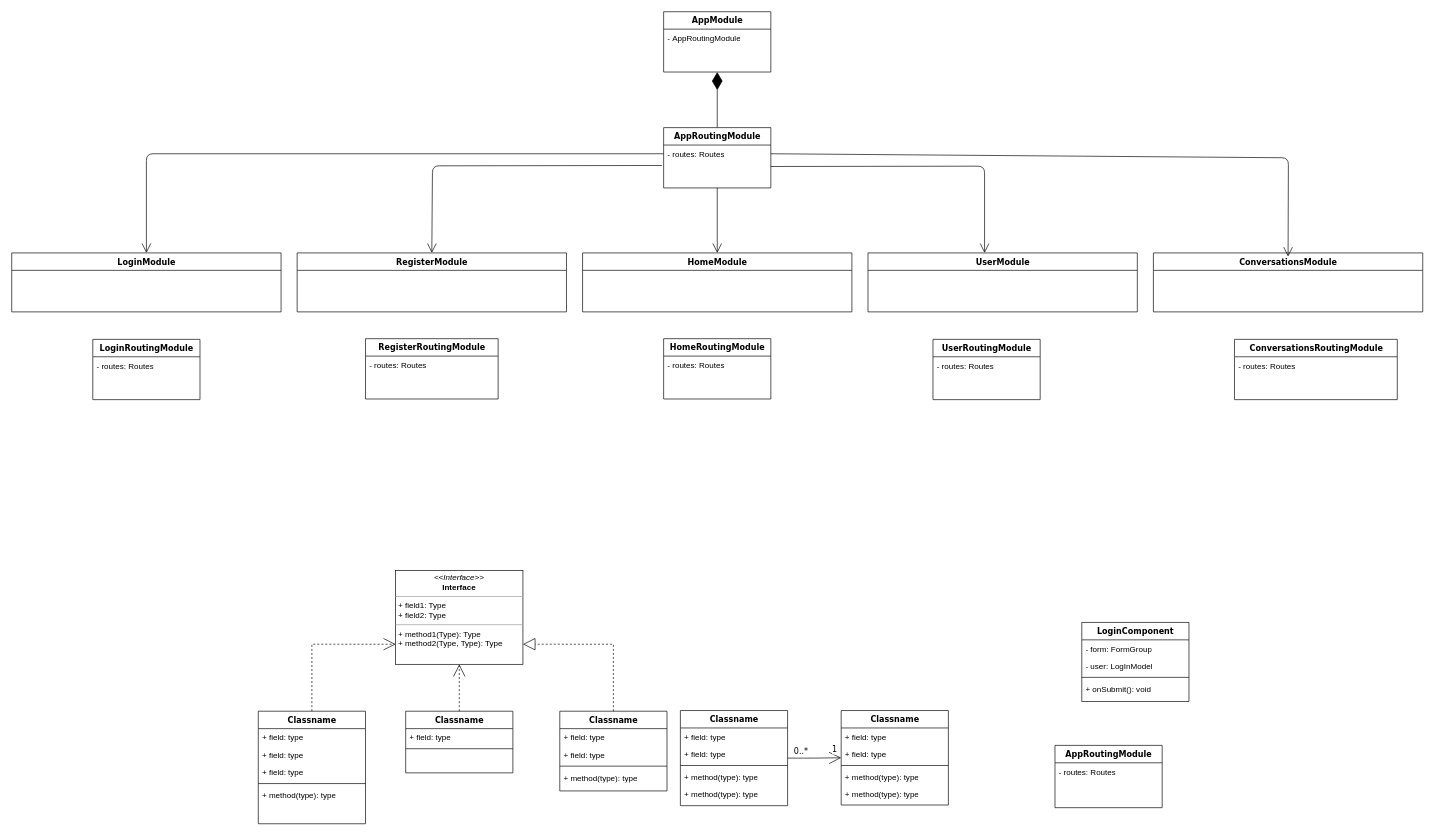
Ed1196/myList keeps this draw.io diagram as page "Page-1" (1 of 2) of Untitled Diagram.drawio. Above is the earlier version. Source tidied: cells renumbered, new cells numbered last; positions are measured from the earlier drawing's top-left corner, leaving out a move shared by most shapes. Both pictures are drawn from the tidied source at 67%, with x=0, y=0 at pixel (11, 11).
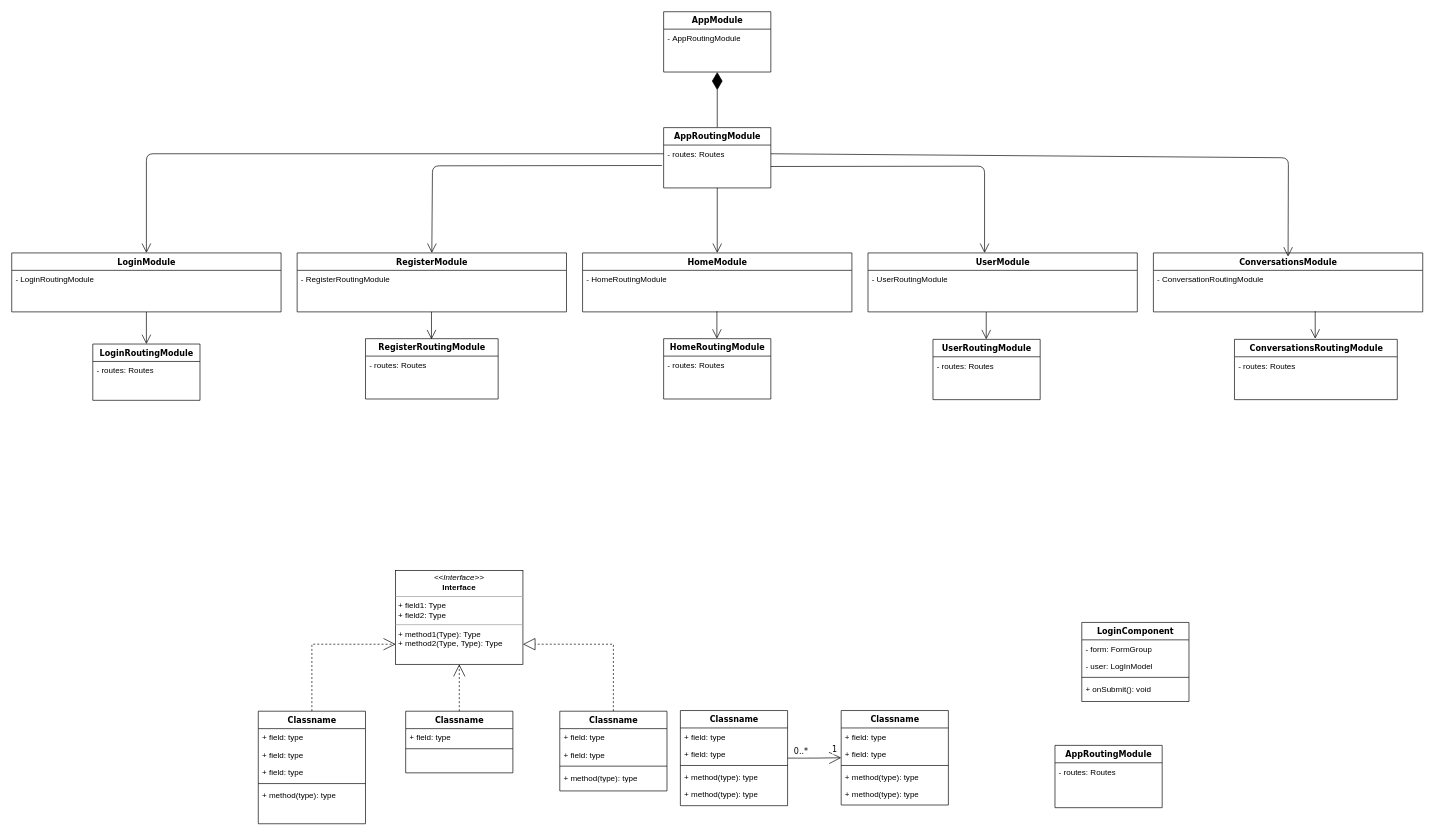
The same page after the edit.

Unchanged cells that the change refers to:
```xml
<mxCell id="48" value="&lt;div&gt;&lt;span&gt;RegisterModule&lt;/span&gt;&lt;/div&gt;" style="swimlane;html=1;fontStyle=1;align=center;verticalAlign=top;horizontal=1;startSize=26;swimlaneFillColor=#ffffff;rounded=0;shadow=0;comic=0;labelBackgroundColor=none;strokeColor=#000000;strokeWidth=1;fillColor=none;fontFamily=Verdana;fontSize=12;fontColor=#000000;" parent="1" vertex="1">
  <mxGeometry x="426" y="360" width="402" height="88" as="geometry" />
</mxCell>
<mxCell id="49" value="&lt;div&gt;&lt;span&gt;HomeModule&lt;/span&gt;&lt;/div&gt;" style="swimlane;html=1;fontStyle=1;align=center;verticalAlign=top;horizontal=1;startSize=26;swimlaneFillColor=#ffffff;rounded=0;shadow=0;comic=0;labelBackgroundColor=none;strokeColor=#000000;strokeWidth=1;fillColor=none;fontFamily=Verdana;fontSize=12;fontColor=#000000;" parent="1" vertex="1">
  <mxGeometry x="852" y="360" width="402" height="88" as="geometry" />
</mxCell>
<mxCell id="50" value="&lt;div&gt;&lt;span&gt;UserModule&lt;/span&gt;&lt;/div&gt;" style="swimlane;html=1;fontStyle=1;align=center;verticalAlign=top;horizontal=1;startSize=26;swimlaneFillColor=#ffffff;rounded=0;shadow=0;comic=0;labelBackgroundColor=none;strokeColor=#000000;strokeWidth=1;fillColor=none;fontFamily=Verdana;fontSize=12;fontColor=#000000;" parent="1" vertex="1">
  <mxGeometry x="1278" y="360" width="402" height="88" as="geometry" />
</mxCell>
<mxCell id="51" value="&lt;div&gt;&lt;span&gt;ConversationsModule&lt;/span&gt;&lt;/div&gt;" style="swimlane;html=1;fontStyle=1;align=center;verticalAlign=top;horizontal=1;startSize=26;swimlaneFillColor=#ffffff;rounded=0;shadow=0;comic=0;labelBackgroundColor=none;strokeColor=#000000;strokeWidth=1;fillColor=none;fontFamily=Verdana;fontSize=12;fontColor=#000000;" parent="1" vertex="1">
  <mxGeometry x="1704" y="360" width="402" height="88" as="geometry" />
</mxCell>
```

Diff of the diagram source:
```diff
@@
-    <mxCell id="47" value="&lt;div&gt;&lt;span&gt;LoginModule&lt;/span&gt;&lt;/div&gt;" style="swimlane;html=1;fontStyle=1;align=center;verticalAlign=top;horizontal=1;startSize=26;swimlaneFillColor=#ffffff;rounded=0;shadow=0;comic=0;labelBackgroundColor=none;strokeColor=#000000;strokeWidth=1;fillColor=none;fontFamily=Verdana;fontSize=12;fontColor=#000000;" parent="1" vertex="1">
+    <mxCell id="47" value="&lt;div&gt;&lt;span&gt;LoginModule&lt;/span&gt;&lt;/div&gt;" style="swimlane;html=1;fontStyle=1;align=center;verticalAlign=top;horizontal=1;startSize=26;swimlaneFillColor=#ffffff;rounded=0;shadow=0;comic=0;labelBackgroundColor=none;strokeColor=#000000;strokeWidth=1;fillColor=none;fontFamily=Verdana;fontSize=12;fontColor=#000000;swimlaneLine=1;" parent="1" vertex="1">
       <mxGeometry y="360" width="402" height="88" as="geometry" />
     </mxCell>
+    <mxCell id="67" value="&lt;div&gt;&lt;span&gt;- LoginRoutingModule&lt;/span&gt;&lt;/div&gt;" style="text;html=1;strokeColor=none;fillColor=none;align=left;verticalAlign=top;spacingLeft=4;spacingRight=4;whiteSpace=wrap;overflow=hidden;" parent="47" vertex="1">
+      <mxGeometry y="26" width="402" height="26" as="geometry" />
+    </mxCell>
@@
+    <mxCell id="68" value="&lt;div&gt;&lt;span&gt;- RegisterRoutingModule&lt;/span&gt;&lt;/div&gt;" style="text;html=1;strokeColor=none;fillColor=none;align=left;verticalAlign=top;spacingLeft=4;spacingRight=4;whiteSpace=wrap;overflow=hidden;" parent="48" vertex="1">
+      <mxGeometry y="26" width="402" height="26" as="geometry" />
+    </mxCell>
@@
+    <mxCell id="69" value="&lt;div&gt;&lt;span&gt;- HomeRoutingModule&lt;/span&gt;&lt;/div&gt;" style="text;html=1;strokeColor=none;fillColor=none;align=left;verticalAlign=top;spacingLeft=4;spacingRight=4;whiteSpace=wrap;overflow=hidden;" parent="49" vertex="1">
+      <mxGeometry y="26" width="402" height="26" as="geometry" />
+    </mxCell>
@@
+    <mxCell id="70" value="&lt;div&gt;&lt;span&gt;- UserRoutingModule&lt;/span&gt;&lt;/div&gt;" style="text;html=1;strokeColor=none;fillColor=none;align=left;verticalAlign=top;spacingLeft=4;spacingRight=4;whiteSpace=wrap;overflow=hidden;" parent="50" vertex="1">
+      <mxGeometry y="26" width="402" height="26" as="geometry" />
+    </mxCell>
@@
+    <mxCell id="71" value="&lt;div&gt;&lt;span&gt;- ConversationRoutingModule&lt;/span&gt;&lt;/div&gt;" style="text;html=1;strokeColor=none;fillColor=none;align=left;verticalAlign=top;spacingLeft=4;spacingRight=4;whiteSpace=wrap;overflow=hidden;" parent="51" vertex="1">
+      <mxGeometry y="26" width="402" height="26" as="geometry" />
+    </mxCell>
@@
     <mxCell id="57" value="LoginRoutingModule" style="swimlane;html=1;fontStyle=1;align=center;verticalAlign=top;horizontal=1;startSize=26;swimlaneFillColor=#ffffff;rounded=0;shadow=0;comic=0;labelBackgroundColor=none;strokeColor=#000000;strokeWidth=1;fillColor=none;fontFamily=Verdana;fontSize=12;fontColor=#000000;" parent="1" vertex="1">
-      <mxGeometry x="121" y="489" width="160" height="90" as="geometry" />
+      <mxGeometry x="121" y="496" width="160" height="84" as="geometry" />
     </mxCell>
@@
+    <mxCell id="72" style="endArrow=open;endFill=1;endSize=12;html=1;entryX=0.5;entryY=0;entryDx=0;entryDy=0;exitX=0.5;exitY=1;exitDx=0;exitDy=0;" parent="1" edge="1" source="47" target="57">
+      <mxGeometry relative="1" as="geometry" />
+    </mxCell>
+    <mxCell id="73" style="endArrow=open;endFill=1;endSize=12;html=1;entryX=0.5;entryY=0;entryDx=0;entryDy=0;exitX=0.5;exitY=1;exitDx=0;exitDy=0;" parent="1" edge="1">
+      <mxGeometry relative="1" as="geometry">
+        <mxPoint x="626.5" y="448" as="sourcePoint" />
+        <mxPoint x="626.5" y="489" as="targetPoint" />
+      </mxGeometry>
+    </mxCell>
+    <mxCell id="74" style="endArrow=open;endFill=1;endSize=12;html=1;entryX=0.5;entryY=0;entryDx=0;entryDy=0;exitX=0.5;exitY=1;exitDx=0;exitDy=0;" parent="1" edge="1">
+      <mxGeometry relative="1" as="geometry">
+        <mxPoint x="1052.5" y="447" as="sourcePoint" />
+        <mxPoint x="1052.5" y="488" as="targetPoint" />
+      </mxGeometry>
+    </mxCell>
+    <mxCell id="75" style="endArrow=open;endFill=1;endSize=12;html=1;entryX=0.5;entryY=0;entryDx=0;entryDy=0;exitX=0.5;exitY=1;exitDx=0;exitDy=0;" parent="1" edge="1">
+      <mxGeometry relative="1" as="geometry">
+        <mxPoint x="1454.5" y="448" as="sourcePoint" />
+        <mxPoint x="1454.5" y="489" as="targetPoint" />
+      </mxGeometry>
+    </mxCell>
+    <mxCell id="76" style="endArrow=open;endFill=1;endSize=12;html=1;entryX=0.5;entryY=0;entryDx=0;entryDy=0;exitX=0.5;exitY=1;exitDx=0;exitDy=0;" parent="1" edge="1">
+      <mxGeometry relative="1" as="geometry">
+        <mxPoint x="1945.5" y="447" as="sourcePoint" />
+        <mxPoint x="1945.5" y="488" as="targetPoint" />
+      </mxGeometry>
+    </mxCell>
```
